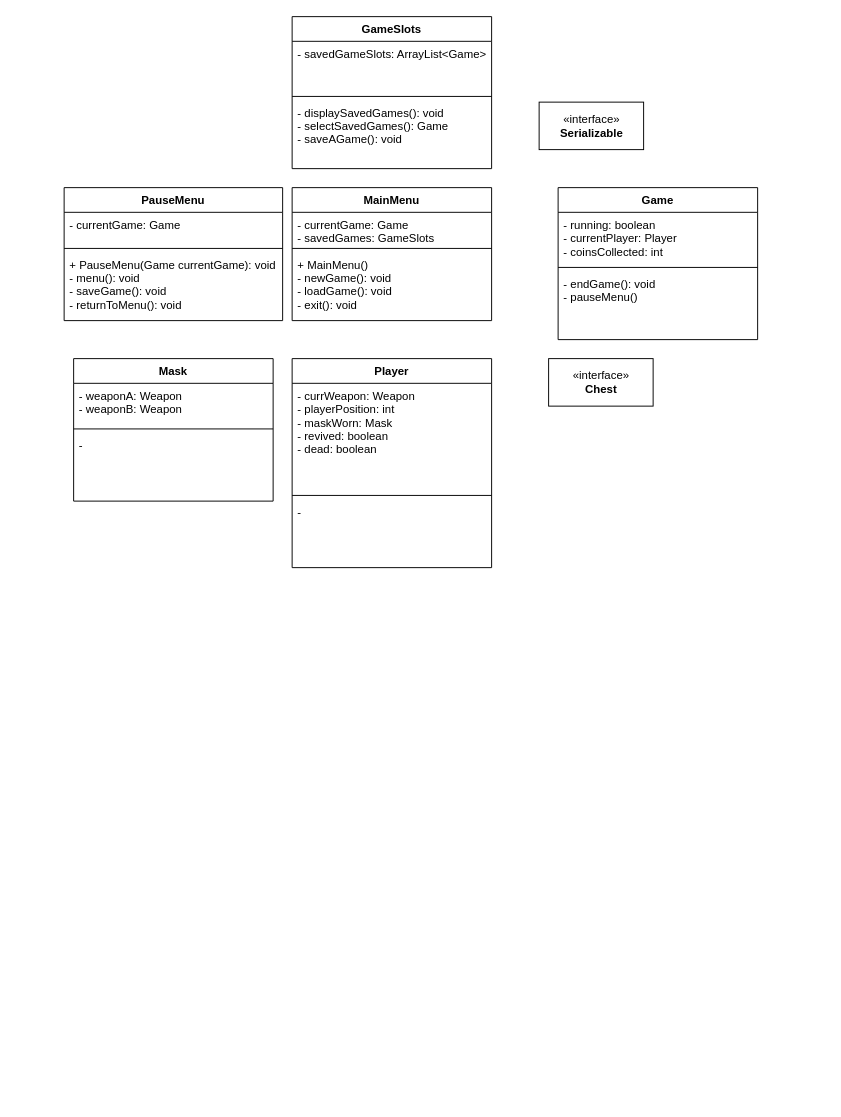
Above: UML/Untitled Diagram.drawio in AaditJha/Will-Hero-JavaFX (draw.io), before the change. Source tidied: cells renumbered, new cells numbered last; positions are measured from the earlier drawing's top-left corner, leaving out a move shared by most shapes. Both pictures are drawn from the tidied source at 95%, with x=0, y=0 at pixel (64, 16).
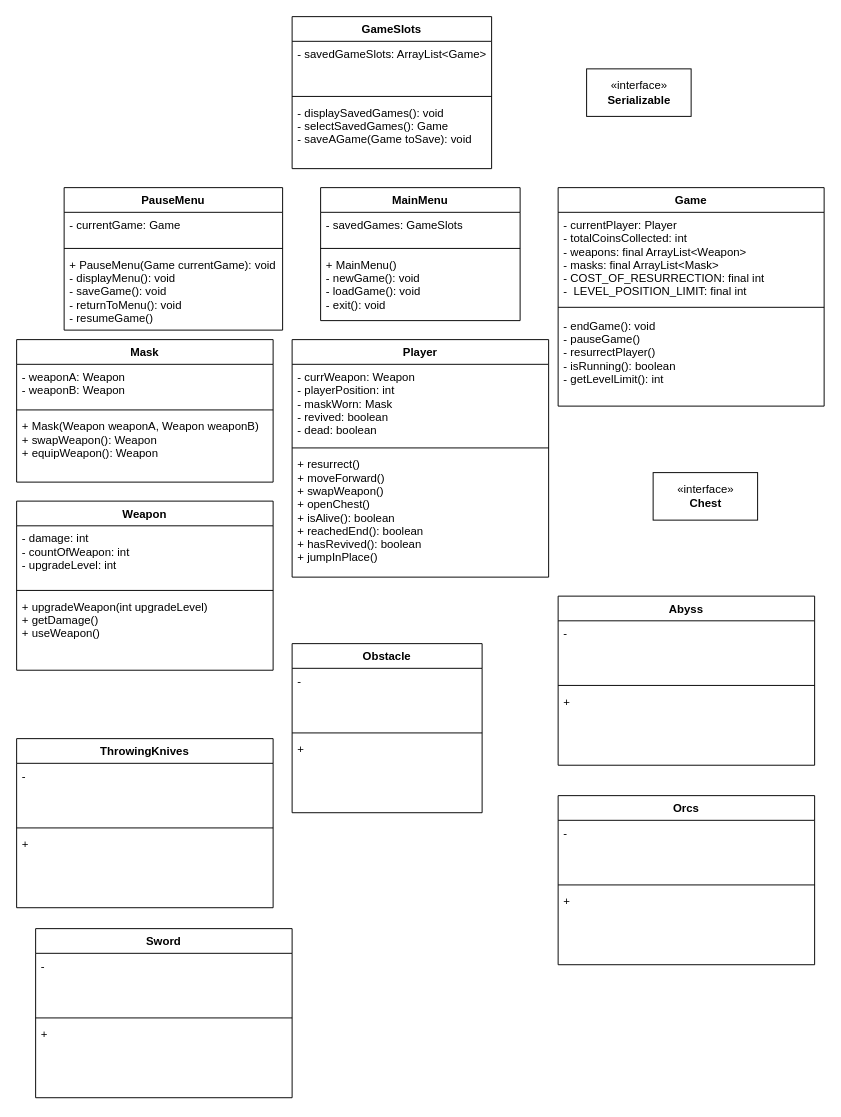
The same page after the edit.

The change refers to these unchanged cells:
```xml
<mxCell id="15" value="GameSlots" style="swimlane;fontStyle=1;align=center;verticalAlign=top;horizontal=1;startSize=26;" parent="1" vertex="1">
  <mxGeometry x="240" width="210" height="160" as="geometry" />
</mxCell>
```

The edit, as a diff of the source:
```diff
@@
     <mxCell id="2" value="«interface»&lt;br&gt;&lt;b&gt;Serializable&lt;/b&gt;" style="html=1;" parent="1" vertex="1">
-      <mxGeometry x="500" y="90" width="110" height="50" as="geometry" />
+      <mxGeometry x="550" y="55" width="110" height="50" as="geometry" />
     </mxCell>
     <mxCell id="3" value="MainMenu" style="swimlane;fontStyle=1;align=center;verticalAlign=top;horizontal=1;startSize=26;" parent="1" vertex="1">
-      <mxGeometry x="240" y="180" width="210" height="140" as="geometry" />
+      <mxGeometry x="270" y="180" width="210" height="140" as="geometry" />
     </mxCell>
-    <mxCell id="4" value="- currentGame: Game&#10;- savedGames: GameSlots" style="text;strokeColor=none;fillColor=none;align=left;verticalAlign=top;spacingLeft=4;spacingRight=4;overflow=hidden;" parent="3" vertex="1">
+    <mxCell id="4" value="- savedGames: GameSlots" style="text;strokeColor=none;fillColor=none;align=left;verticalAlign=top;spacingLeft=4;spacingRight=4;overflow=hidden;" parent="3" vertex="1">
       <mxGeometry y="26" width="210" height="34" as="geometry" />
     </mxCell>
@@
     <mxCell id="7" value="Game" style="swimlane;fontStyle=1;align=center;verticalAlign=top;horizontal=1;startSize=26;" parent="1" vertex="1">
-      <mxGeometry x="520" y="180" width="210" height="160" as="geometry" />
+      <mxGeometry x="520" y="180" width="280" height="230" as="geometry" />
     </mxCell>
-    <mxCell id="8" value="- running: boolean&#10;- currentPlayer: Player&#10;- coinsCollected: int" style="text;strokeColor=none;fillColor=none;align=left;verticalAlign=top;spacingLeft=4;spacingRight=4;overflow=hidden;" parent="7" vertex="1">
-      <mxGeometry y="26" width="210" height="54" as="geometry" />
+    <mxCell id="8" value="- currentPlayer: Player&#10;- totalCoinsCollected: int&#10;- weapons: final ArrayList&lt;Weapon&gt;&#10;- masks: final ArrayList&lt;Mask&gt;&#10;- COST_OF_RESURRECTION: final int&#10;-  LEVEL_POSITION_LIMIT: final int" style="text;strokeColor=none;fillColor=none;align=left;verticalAlign=top;spacingLeft=4;spacingRight=4;overflow=hidden;" parent="7" vertex="1">
+      <mxGeometry y="26" width="280" height="94" as="geometry" />
     </mxCell>
     <mxCell id="9" style="line;strokeWidth=1;fillColor=none;align=left;verticalAlign=middle;spacingTop=-1;spacingLeft=3;spacingRight=3;labelPosition=right;" parent="7" vertex="1">
-      <mxGeometry y="80" width="210" height="8" as="geometry" />
+      <mxGeometry y="120" width="280" height="12" as="geometry" />
     </mxCell>
-    <mxCell id="10" value="- endGame(): void&#10;- pauseMenu()" style="text;strokeColor=none;fillColor=none;align=left;verticalAlign=top;spacingLeft=4;spacingRight=4;overflow=hidden;" parent="7" vertex="1">
-      <mxGeometry y="88" width="210" height="72" as="geometry" />
+    <mxCell id="10" value="- endGame(): void&#10;- pauseGame()&#10;- resurrectPlayer()&#10;- isRunning(): boolean&#10;- getLevelLimit(): int" style="text;strokeColor=none;fillColor=none;align=left;verticalAlign=top;spacingLeft=4;spacingRight=4;overflow=hidden;" parent="7" vertex="1">
+      <mxGeometry y="132" width="280" height="98" as="geometry" />
     </mxCell>
     <mxCell id="11" value="Player" style="swimlane;fontStyle=1;align=center;verticalAlign=top;horizontal=1;startSize=26;" parent="1" vertex="1">
-      <mxGeometry x="240" y="360" width="210" height="220" as="geometry" />
+      <mxGeometry x="240" y="340" width="270" height="250" as="geometry" />
     </mxCell>
     <mxCell id="12" value="- currWeapon: Weapon&#10;- playerPosition: int&#10;- maskWorn: Mask&#10;- revived: boolean&#10;- dead: boolean" style="text;strokeColor=none;fillColor=none;align=left;verticalAlign=top;spacingLeft=4;spacingRight=4;overflow=hidden;" parent="11" vertex="1">
-      <mxGeometry y="26" width="210" height="114" as="geometry" />
+      <mxGeometry y="26" width="270" height="84" as="geometry" />
     </mxCell>
     <mxCell id="13" style="line;strokeWidth=1;fillColor=none;align=left;verticalAlign=middle;spacingTop=-1;spacingLeft=3;spacingRight=3;labelPosition=right;" parent="11" vertex="1">
-      <mxGeometry y="140" width="210" height="8" as="geometry" />
+      <mxGeometry y="110" width="270" height="8" as="geometry" />
     </mxCell>
-    <mxCell id="14" value="-" style="text;strokeColor=none;fillColor=none;align=left;verticalAlign=top;spacingLeft=4;spacingRight=4;overflow=hidden;" parent="11" vertex="1">
-      <mxGeometry y="148" width="210" height="72" as="geometry" />
+    <mxCell id="14" value="+ resurrect()&#10;+ moveForward()&#10;+ swapWeapon()&#10;+ openChest()&#10;+ isAlive(): boolean&#10;+ reachedEnd(): boolean&#10;+ hasRevived(): boolean&#10;+ jumpInPlace()" style="text;strokeColor=none;fillColor=none;align=left;verticalAlign=top;spacingLeft=4;spacingRight=4;overflow=hidden;" parent="11" vertex="1">
+      <mxGeometry y="118" width="270" height="132" as="geometry" />
     </mxCell>
@@
-    <mxCell id="18" value="- displaySavedGames(): void&#10;- selectSavedGames(): Game&#10;- saveAGame(): void&#10;" style="text;strokeColor=none;fillColor=none;align=left;verticalAlign=top;spacingLeft=4;spacingRight=4;overflow=hidden;" parent="15" vertex="1">
+    <mxCell id="18" value="- displaySavedGames(): void&#10;- selectSavedGames(): Game&#10;- saveAGame(Game toSave): void&#10;" style="text;strokeColor=none;fillColor=none;align=left;verticalAlign=top;spacingLeft=4;spacingRight=4;overflow=hidden;" parent="15" vertex="1">
       <mxGeometry y="88" width="210" height="72" as="geometry" />
     </mxCell>
     <mxCell id="19" value="PauseMenu" style="swimlane;fontStyle=1;align=center;verticalAlign=top;horizontal=1;startSize=26;" parent="1" vertex="1">
-      <mxGeometry y="180" width="230" height="140" as="geometry" />
+      <mxGeometry y="180" width="230" height="150" as="geometry" />
     </mxCell>
@@
-    <mxCell id="22" value="+ PauseMenu(Game currentGame): void&#10;- menu(): void&#10;- saveGame(): void&#10;- returnToMenu(): void" style="text;strokeColor=none;fillColor=none;align=left;verticalAlign=top;spacingLeft=4;spacingRight=4;overflow=hidden;" parent="19" vertex="1">
-      <mxGeometry y="68" width="230" height="72" as="geometry" />
+    <mxCell id="22" value="+ PauseMenu(Game currentGame): void&#10;- displayMenu(): void&#10;- saveGame(): void&#10;- returnToMenu(): void&#10;- resumeGame()" style="text;strokeColor=none;fillColor=none;align=left;verticalAlign=top;spacingLeft=4;spacingRight=4;overflow=hidden;" parent="19" vertex="1">
+      <mxGeometry y="68" width="230" height="82" as="geometry" />
     </mxCell>
     <mxCell id="23" value="Mask" style="swimlane;fontStyle=1;align=center;verticalAlign=top;horizontal=1;startSize=26;" parent="1" vertex="1">
-      <mxGeometry x="10" y="360" width="210" height="150" as="geometry" />
+      <mxGeometry x="-50" y="340" width="270" height="150" as="geometry" />
     </mxCell>
     <mxCell id="24" value="- weaponA: Weapon&#10;- weaponB: Weapon" style="text;strokeColor=none;fillColor=none;align=left;verticalAlign=top;spacingLeft=4;spacingRight=4;overflow=hidden;" parent="23" vertex="1">
-      <mxGeometry y="26" width="210" height="44" as="geometry" />
+      <mxGeometry y="26" width="270" height="44" as="geometry" />
     </mxCell>
     <mxCell id="25" style="line;strokeWidth=1;fillColor=none;align=left;verticalAlign=middle;spacingTop=-1;spacingLeft=3;spacingRight=3;labelPosition=right;" parent="23" vertex="1">
-      <mxGeometry y="70" width="210" height="8" as="geometry" />
+      <mxGeometry y="70" width="270" height="8" as="geometry" />
     </mxCell>
-    <mxCell id="26" value="-" style="text;strokeColor=none;fillColor=none;align=left;verticalAlign=top;spacingLeft=4;spacingRight=4;overflow=hidden;" parent="23" vertex="1">
-      <mxGeometry y="78" width="210" height="72" as="geometry" />
+    <mxCell id="26" value="+ Mask(Weapon weaponA, Weapon weaponB)&#10;+ swapWeapon(): Weapon&#10;+ equipWeapon(): Weapon" style="text;strokeColor=none;fillColor=none;align=left;verticalAlign=top;spacingLeft=4;spacingRight=4;overflow=hidden;" parent="23" vertex="1">
+      <mxGeometry y="78" width="270" height="72" as="geometry" />
     </mxCell>
     <mxCell id="27" value="«interface»&lt;br&gt;&lt;b&gt;Chest&lt;/b&gt;" style="html=1;" parent="1" vertex="1">
-      <mxGeometry x="510" y="360" width="110" height="50" as="geometry" />
+      <mxGeometry x="620" y="480" width="110" height="50" as="geometry" />
     </mxCell>
+    <mxCell id="28" value="Weapon" style="swimlane;fontStyle=1;align=center;verticalAlign=top;horizontal=1;startSize=26;" parent="1" vertex="1">
+      <mxGeometry x="-50" y="510" width="270" height="178" as="geometry" />
+    </mxCell>
+    <mxCell id="29" value="- damage: int&#10;- countOfWeapon: int&#10;- upgradeLevel: int" style="text;strokeColor=none;fillColor=none;align=left;verticalAlign=top;spacingLeft=4;spacingRight=4;overflow=hidden;" parent="28" vertex="1">
+      <mxGeometry y="26" width="270" height="64" as="geometry" />
+    </mxCell>
+    <mxCell id="30" style="line;strokeWidth=1;fillColor=none;align=left;verticalAlign=middle;spacingTop=-1;spacingLeft=3;spacingRight=3;labelPosition=right;" parent="28" vertex="1">
+      <mxGeometry y="90" width="270" height="8" as="geometry" />
+    </mxCell>
+    <mxCell id="31" value="+ upgradeWeapon(int upgradeLevel)&#10;+ getDamage()&#10;+ useWeapon()" style="text;strokeColor=none;fillColor=none;align=left;verticalAlign=top;spacingLeft=4;spacingRight=4;overflow=hidden;" parent="28" vertex="1">
+      <mxGeometry y="98" width="270" height="80" as="geometry" />
+    </mxCell>
+    <mxCell id="32" value="ThrowingKnives" style="swimlane;fontStyle=1;align=center;verticalAlign=top;horizontal=1;startSize=26;" parent="1" vertex="1">
+      <mxGeometry x="-50" y="760" width="270" height="178" as="geometry" />
+    </mxCell>
+    <mxCell id="33" value="-" style="text;strokeColor=none;fillColor=none;align=left;verticalAlign=top;spacingLeft=4;spacingRight=4;overflow=hidden;" parent="32" vertex="1">
+      <mxGeometry y="26" width="270" height="64" as="geometry" />
+    </mxCell>
+    <mxCell id="34" style="line;strokeWidth=1;fillColor=none;align=left;verticalAlign=middle;spacingTop=-1;spacingLeft=3;spacingRight=3;labelPosition=right;" parent="32" vertex="1">
+      <mxGeometry y="90" width="270" height="8" as="geometry" />
+    </mxCell>
+    <mxCell id="35" value="+" style="text;strokeColor=none;fillColor=none;align=left;verticalAlign=top;spacingLeft=4;spacingRight=4;overflow=hidden;" parent="32" vertex="1">
+      <mxGeometry y="98" width="270" height="80" as="geometry" />
+    </mxCell>
+    <mxCell id="36" value="Sword" style="swimlane;fontStyle=1;align=center;verticalAlign=top;horizontal=1;startSize=26;" parent="1" vertex="1">
+      <mxGeometry x="-30" y="960" width="270" height="178" as="geometry" />
+    </mxCell>
+    <mxCell id="37" value="-" style="text;strokeColor=none;fillColor=none;align=left;verticalAlign=top;spacingLeft=4;spacingRight=4;overflow=hidden;" parent="36" vertex="1">
+      <mxGeometry y="26" width="270" height="64" as="geometry" />
+    </mxCell>
+    <mxCell id="38" style="line;strokeWidth=1;fillColor=none;align=left;verticalAlign=middle;spacingTop=-1;spacingLeft=3;spacingRight=3;labelPosition=right;" parent="36" vertex="1">
+      <mxGeometry y="90" width="270" height="8" as="geometry" />
+    </mxCell>
+    <mxCell id="39" value="+" style="text;strokeColor=none;fillColor=none;align=left;verticalAlign=top;spacingLeft=4;spacingRight=4;overflow=hidden;" parent="36" vertex="1">
+      <mxGeometry y="98" width="270" height="80" as="geometry" />
+    </mxCell>
+    <mxCell id="40" value="Abyss&#10;" style="swimlane;fontStyle=1;align=center;verticalAlign=top;horizontal=1;startSize=26;" parent="1" vertex="1">
+      <mxGeometry x="520" y="610" width="270" height="178" as="geometry" />
+    </mxCell>
+    <mxCell id="41" value="-" style="text;strokeColor=none;fillColor=none;align=left;verticalAlign=top;spacingLeft=4;spacingRight=4;overflow=hidden;" parent="40" vertex="1">
+      <mxGeometry y="26" width="270" height="64" as="geometry" />
+    </mxCell>
+    <mxCell id="42" style="line;strokeWidth=1;fillColor=none;align=left;verticalAlign=middle;spacingTop=-1;spacingLeft=3;spacingRight=3;labelPosition=right;" parent="40" vertex="1">
+      <mxGeometry y="90" width="270" height="8" as="geometry" />
+    </mxCell>
+    <mxCell id="43" value="+" style="text;strokeColor=none;fillColor=none;align=left;verticalAlign=top;spacingLeft=4;spacingRight=4;overflow=hidden;" parent="40" vertex="1">
+      <mxGeometry y="98" width="270" height="80" as="geometry" />
+    </mxCell>
+    <mxCell id="44" value="Orcs" style="swimlane;fontStyle=1;align=center;verticalAlign=top;horizontal=1;startSize=26;" parent="1" vertex="1">
+      <mxGeometry x="520" y="820" width="270" height="178" as="geometry" />
+    </mxCell>
+    <mxCell id="45" value="-" style="text;strokeColor=none;fillColor=none;align=left;verticalAlign=top;spacingLeft=4;spacingRight=4;overflow=hidden;" parent="44" vertex="1">
+      <mxGeometry y="26" width="270" height="64" as="geometry" />
+    </mxCell>
+    <mxCell id="46" style="line;strokeWidth=1;fillColor=none;align=left;verticalAlign=middle;spacingTop=-1;spacingLeft=3;spacingRight=3;labelPosition=right;" parent="44" vertex="1">
+      <mxGeometry y="90" width="270" height="8" as="geometry" />
+    </mxCell>
+    <mxCell id="47" value="+" style="text;strokeColor=none;fillColor=none;align=left;verticalAlign=top;spacingLeft=4;spacingRight=4;overflow=hidden;" parent="44" vertex="1">
+      <mxGeometry y="98" width="270" height="80" as="geometry" />
+    </mxCell>
+    <mxCell id="48" value="Obstacle" style="swimlane;fontStyle=1;align=center;verticalAlign=top;horizontal=1;startSize=26;" parent="1" vertex="1">
+      <mxGeometry x="240" y="660" width="200" height="178" as="geometry" />
+    </mxCell>
+    <mxCell id="49" value="-" style="text;strokeColor=none;fillColor=none;align=left;verticalAlign=top;spacingLeft=4;spacingRight=4;overflow=hidden;" parent="48" vertex="1">
+      <mxGeometry y="26" width="200" height="64" as="geometry" />
+    </mxCell>
+    <mxCell id="50" style="line;strokeWidth=1;fillColor=none;align=left;verticalAlign=middle;spacingTop=-1;spacingLeft=3;spacingRight=3;labelPosition=right;" parent="48" vertex="1">
+      <mxGeometry y="90" width="200" height="8" as="geometry" />
+    </mxCell>
+    <mxCell id="51" value="+" style="text;strokeColor=none;fillColor=none;align=left;verticalAlign=top;spacingLeft=4;spacingRight=4;overflow=hidden;" parent="48" vertex="1">
+      <mxGeometry y="98" width="200" height="80" as="geometry" />
+    </mxCell>
```
